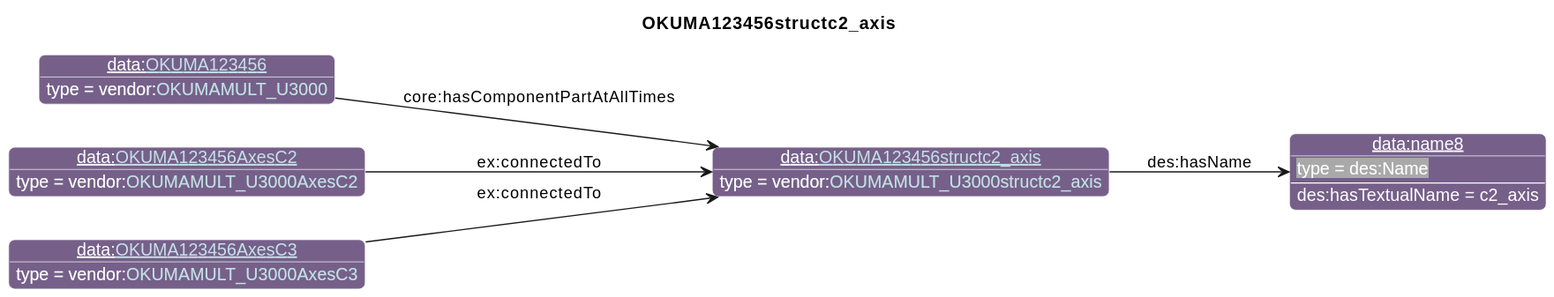
The PlantUML diagram diagrams/OKUMA123456structc2_axis.svg in iofoundry/example-syseng-mtconnect, before a commit.
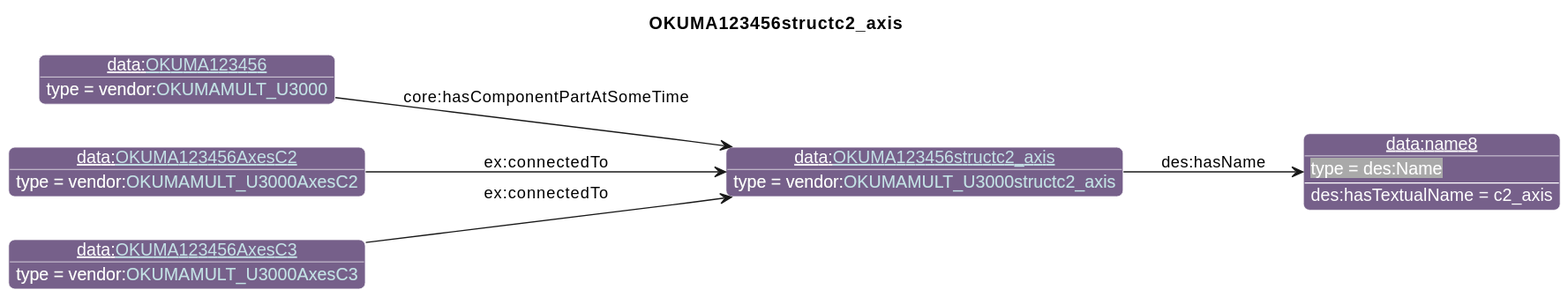
After the change.

Diff of the diagram source:
```diff
@@ -32,7 +32,7 @@
 individual(o4, data:[[./OKUMA123456AxesC3.html OKUMA123456AxesC3]], vendor:[[../OKUMA.html#OKUMAMULT_U3000AxesC3 OKUMAMULT_U3000AxesC3]])
 property(o0, "des:hasName", o1)
 data(o1, "des:hasTextualName", "c2_axis")
-property(o2, "core:hasComponentPartAtAllTimes", o0)
+property(o2, "core:hasComponentPartAtSomeTime", o0)
 property(o3, "ex:connectedTo", o0)
 property(o4, "ex:connectedTo", o0)
 @enduml
```
